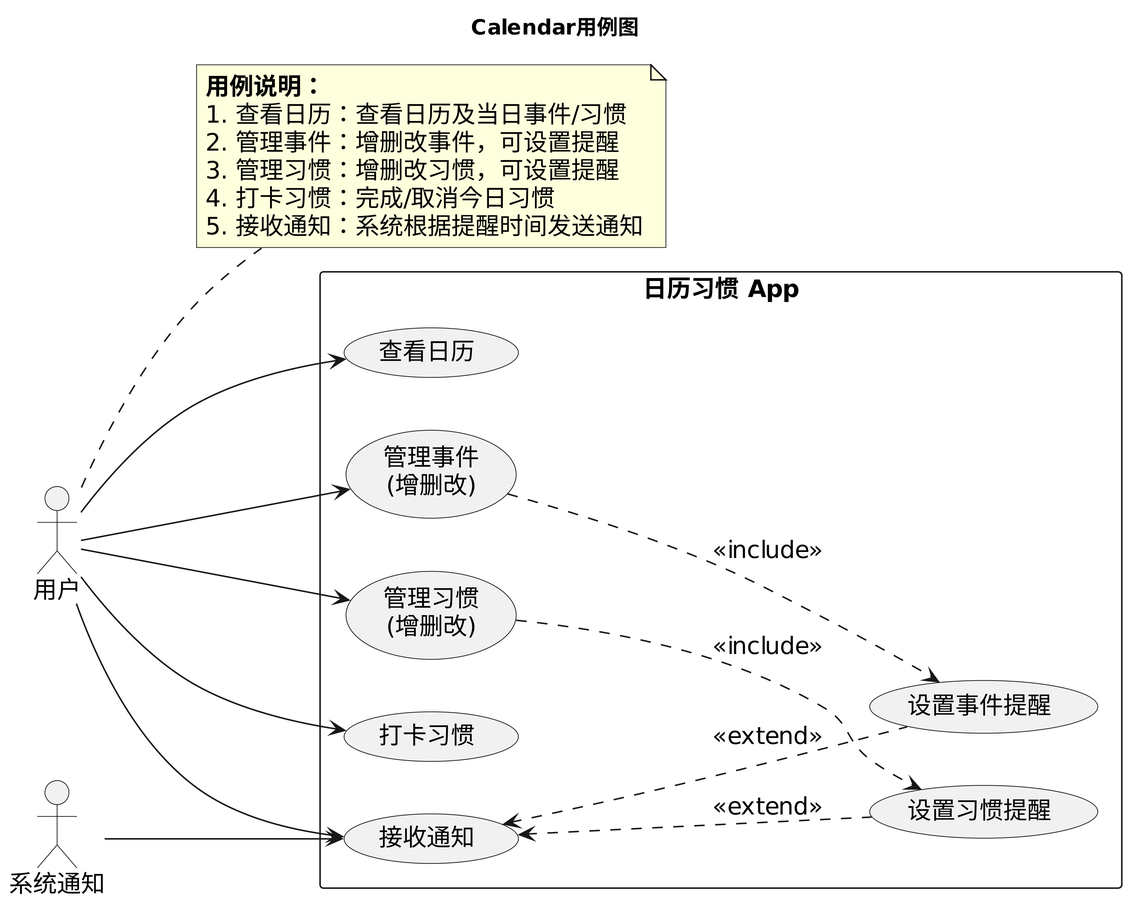
Earlier version of the PlantUML export docs/images/01-use-case.png (surpasslike/Calendar).
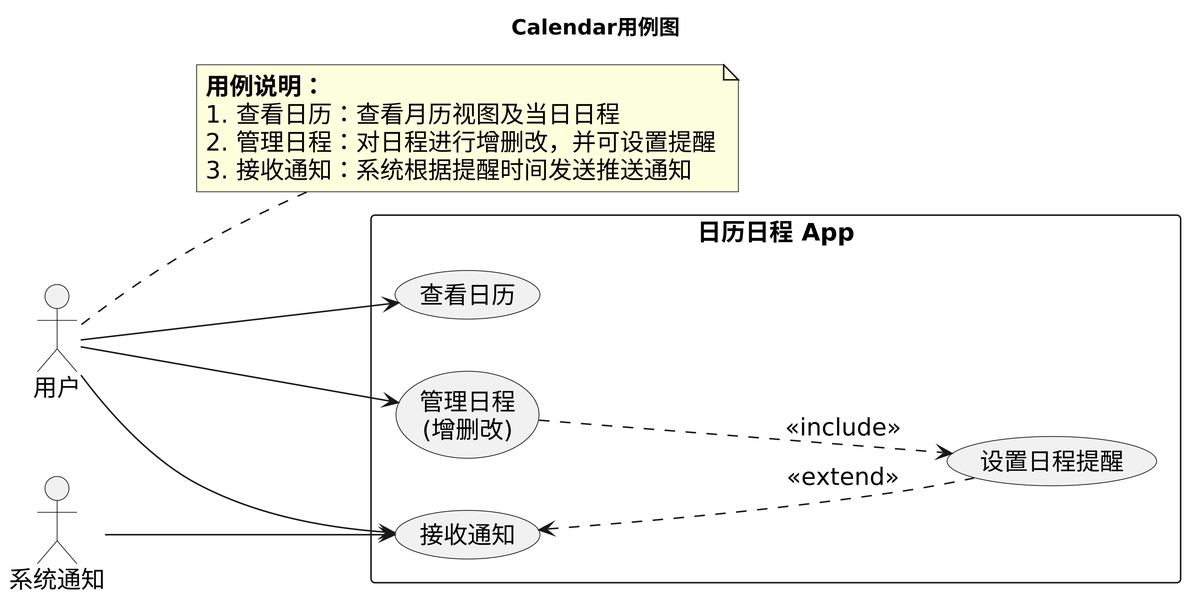
After the change.

Commit message:
fix[UML]修改用例图和架构图

What changed in the source:
```diff
@@ -10,37 +10,27 @@
 actor 用户 as User
 actor 系统通知 as System
 
-rectangle "日历习惯 App" {
+rectangle "日历日程 App" {
   usecase "查看日历" as UC1
-  usecase "管理事件\n(增删改)" as UC2
-  usecase "管理习惯\n(增删改)" as UC3
-  usecase "打卡习惯" as UC4
+  usecase "管理日程\n(增删改)" as UC2
   usecase "接收通知" as UC5
-  usecase "设置事件提醒" as UC6
-  usecase "设置习惯提醒" as UC7
+  usecase "设置日程提醒" as UC6
 }
 
 User --> UC1
 User --> UC2
-User --> UC3
-User --> UC4
 User --> UC5
 
 System --> UC5
 
 UC2 ..> UC6 : <<include>>
-UC3 ..> UC7 : <<include>>
 
 UC5 <.. UC6 : <<extend>>
-UC5 <.. UC7 : <<extend>>
 
 note right of User
 <b>用例说明：</b>
-1. 查看日历：查看日历及当日事件/习惯
-2. 管理事件：增删改事件，可设置提醒
-3. 管理习惯：增删改习惯，可设置提醒
-4. 打卡习惯：完成/取消今日习惯
-5. 接收通知：系统根据提醒时间发送通知
+1. 查看日历：查看月历视图及当日日程
+2. 管理日程：对日程进行增删改，并可设置提醒
+3. 接收通知：系统根据提醒时间发送推送通知
 end note
-
 @enduml
```
